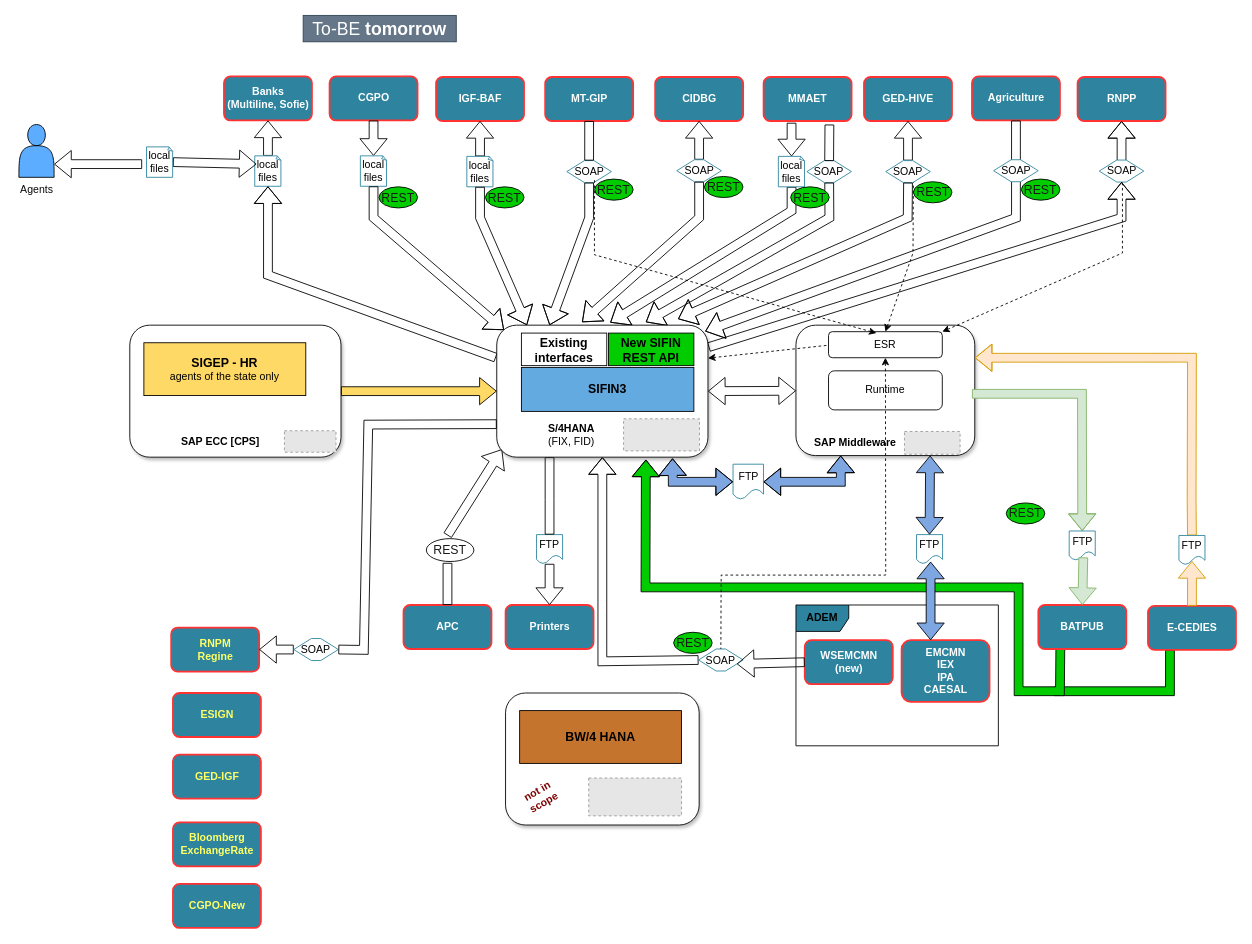
Above: page "ToBE-Detailed" (5 of 7) of my_diagram.drawio in efelman/my_diagrams (draw.io), before the change. Source tidied: cells renumbered, new cells numbered last; positions are measured from the earlier drawing's top-left corner, leaving out a move shared by most shapes. Both pictures are drawn from the tidied source at 88%, with x=0, y=0 at pixel (15, 15). Pictures stored in the file or linked from it are replaced by grey dashed boxes.
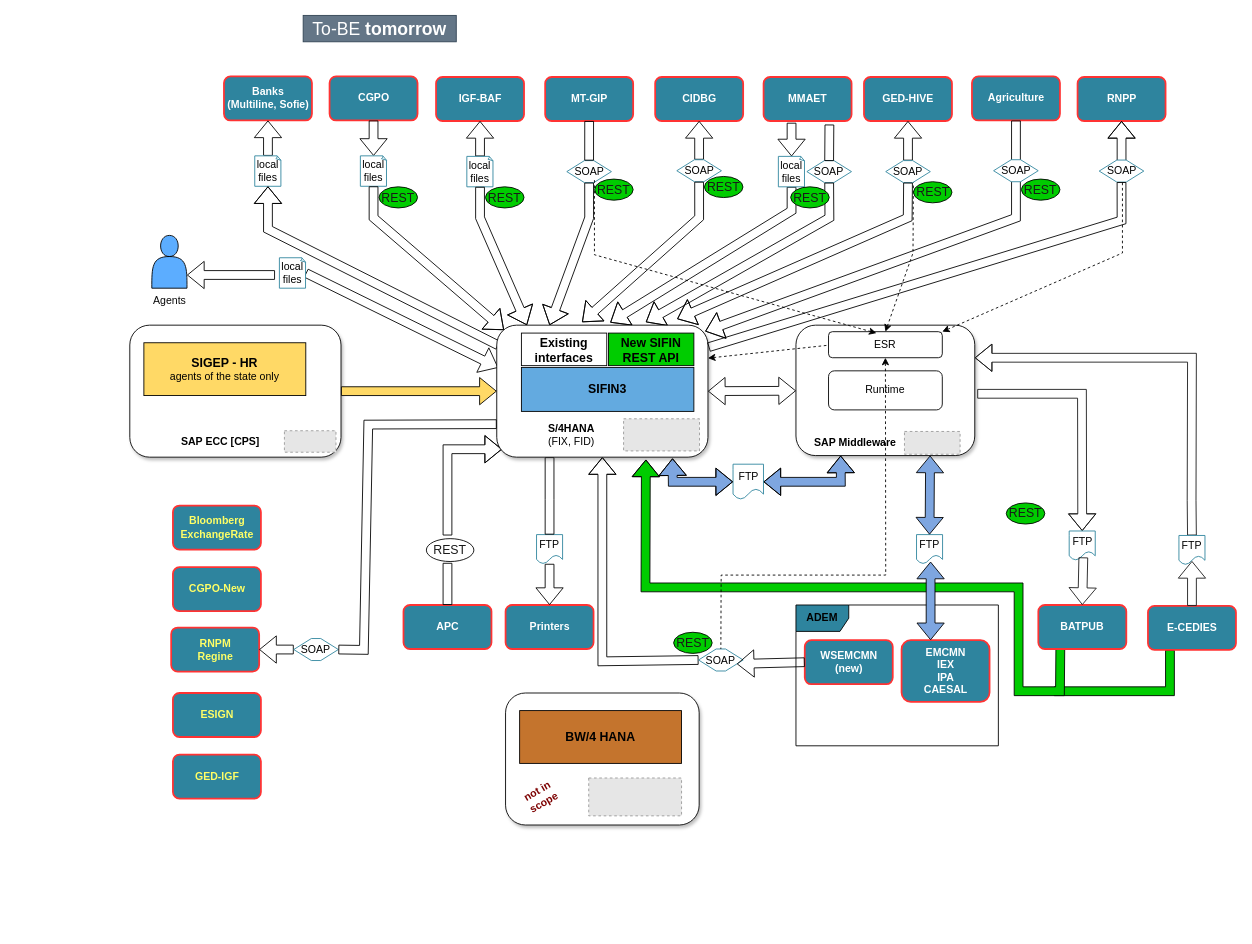
After the change.

The change refers to these unchanged cells:
```xml
<mxCell id="7" style="rounded=1;whiteSpace=wrap;html=1;shadow=1;" parent="6" vertex="1">
  <mxGeometry width="203.2" height="148.2" as="geometry" />
</mxCell>
<mxCell id="35" value="local files" style="whiteSpace=wrap;html=1;shape=mxgraph.basic.document;strokeColor=#2E849E;" parent="1" vertex="1">
  <mxGeometry x="272" y="159.6" width="30" height="34.6" as="geometry" />
</mxCell>
<mxCell id="39" value="SOAP" style="shape=hexagon;perimeter=hexagonPerimeter2;whiteSpace=wrap;html=1;fixedSize=1;strokeColor=#2E849E;" parent="1" vertex="1">
  <mxGeometry x="989" y="165" width="50.7" height="25" as="geometry" />
</mxCell>
<mxCell id="54" value="SOAP" style="shape=hexagon;perimeter=hexagonPerimeter2;whiteSpace=wrap;html=1;fixedSize=1;strokeColor=#2E849E;" parent="1" vertex="1">
  <mxGeometry x="1231.6" y="164.4" width="50.7" height="25" as="geometry" />
</mxCell>
<mxCell id="60" value="&lt;font color=&quot;#ffffff&quot;&gt;E-CEDIES&lt;/font&gt;" style="dashed=0;html=1;rounded=1;fillColor=#2E849E;strokeColor=#FF3333;fontSize=12;align=center;fontStyle=1;strokeWidth=2;fontColor=#42526E;" parent="1" vertex="1">
  <mxGeometry x="1287" y="671" width="100" height="50" as="geometry" />
</mxCell>
<mxCell id="62" value="FTP" style="shape=document;whiteSpace=wrap;html=1;boundedLbl=1;fillColor=#FFFFFF;strokeColor=#2E849E;" parent="1" vertex="1">
  <mxGeometry x="1322.2" y="591" width="29.6" height="33.2" as="geometry" />
</mxCell>
<mxCell id="70" value="&lt;font color=&quot;#ffffff&quot;&gt;BATPUB&lt;/font&gt;" style="dashed=0;html=1;rounded=1;fillColor=#2E849E;strokeColor=#FF3333;fontSize=12;align=center;fontStyle=1;strokeWidth=2;fontColor=#42526E;gradientColor=none;" parent="1" vertex="1">
  <mxGeometry x="1162.4" y="670" width="100" height="50" as="geometry" />
</mxCell>
<mxCell id="72" value="FTP" style="shape=document;whiteSpace=wrap;html=1;boundedLbl=1;fillColor=#FFFFFF;strokeColor=#2E849E;" parent="1" vertex="1">
  <mxGeometry x="1197.5" y="585.9" width="29.6" height="33.2" as="geometry" />
</mxCell>
<mxCell id="92" style="rounded=1;whiteSpace=wrap;html=1;shadow=1;glass=0;sketch=0;" parent="91" vertex="1">
  <mxGeometry width="240" height="150" as="geometry" />
</mxCell>
```

What changed in the source:
```diff
@@
     <mxCell id="14" style="shape=actor;whiteSpace=wrap;html=1;fillColor=#5CADFF;" parent="1" vertex="1">
-      <mxGeometry x="4" y="124" width="40" height="60" as="geometry" />
+      <mxGeometry x="155" y="250" width="40" height="60" as="geometry" />
     </mxCell>
@@
-    <mxCell id="36" style="shape=flexArrow;endArrow=none;startArrow=classic;html=1;rounded=0;fontColor=#FFFFFF;exitX=0.5;exitY=1;exitDx=0;exitDy=0;exitPerimeter=0;" parent="1" edge="1" source="35">
+    <mxCell id="36" style="shape=flexArrow;endArrow=none;startArrow=classic;html=1;rounded=0;fontColor=#FFFFFF;exitX=0.5;exitY=1;exitDx=0;exitDy=0;exitPerimeter=0;entryX=0.007;entryY=0.153;entryDx=0;entryDy=0;entryPerimeter=0;" parent="1" edge="1" source="35" target="92">
       <mxGeometry relative="1" as="geometry">
-        <mxPoint x="546" y="389" as="targetPoint" />
         <Array as="points">
-          <mxPoint x="287" y="295" />
+          <mxPoint x="287" y="243" />
         </Array>
       </mxGeometry>
     </mxCell>
@@
     <mxCell id="40" style="shape=flexArrow;endArrow=none;startArrow=classic;html=1;rounded=0;fontColor=#FFFFFF;entryX=0.5;entryY=1;entryDx=0;entryDy=0;" parent="1" edge="1" target="39">
       <mxGeometry relative="1" as="geometry">
-        <mxPoint x="753" y="345" as="sourcePoint" />
+        <mxPoint x="752" y="345" as="sourcePoint" />
         <Array as="points">
           <mxPoint x="1014" y="230" />
         </Array>
       </mxGeometry>
     </mxCell>
@@
-    <mxCell id="46" style="shape=flexArrow;endArrow=classic;startArrow=none;html=1;rounded=0;fontColor=#FFFFFF;entryX=0;entryY=0.5;entryDx=0;entryDy=0;exitX=1;exitY=0.5;exitDx=0;exitDy=0;exitPerimeter=0;" parent="1" edge="1" source="47">
-      <mxGeometry relative="1" as="geometry">
-        <mxPoint x="274" y="169" as="targetPoint" />
-      </mxGeometry>
+    <mxCell id="46" style="shape=flexArrow;endArrow=classic;startArrow=none;html=1;rounded=0;fontColor=#FFFFFF;exitX=1;exitY=0.5;exitDx=0;exitDy=0;exitPerimeter=0;entryX=0.007;entryY=0.322;entryDx=0;entryDy=0;entryPerimeter=0;" parent="1" edge="1" source="47" target="92">
+      <mxGeometry relative="1" as="geometry" />
     </mxCell>
     <mxCell id="47" value="local files" style="whiteSpace=wrap;html=1;shape=mxgraph.basic.document;strokeColor=#2E849E;" parent="1" vertex="1">
-      <mxGeometry x="149" y="149.4" width="30" height="34.6" as="geometry" />
+      <mxGeometry x="300" y="275.4" width="30" height="34.6" as="geometry" />
     </mxCell>
     <mxCell id="48" style="shape=flexArrow;endArrow=none;startArrow=classic;html=1;rounded=0;fontColor=#FFFFFF;exitX=1;exitY=0.75;exitDx=0;exitDy=0;" parent="1" edge="1" source="14">
       <mxGeometry relative="1" as="geometry">
-        <mxPoint x="144" y="169" as="targetPoint" />
+        <mxPoint x="295" y="295" as="targetPoint" />
       </mxGeometry>
     </mxCell>
@@
-    <mxCell id="55" style="shape=flexArrow;endArrow=none;startArrow=classic;html=1;rounded=0;fontColor=#FFFFFF;exitX=0.5;exitY=1;exitDx=0;exitDy=0;entryX=1.003;entryY=0.167;entryDx=0;entryDy=0;entryPerimeter=0;" parent="1" edge="1" source="54">
-      <mxGeometry relative="1" as="geometry">
-        <mxPoint x="787.7" y="377" as="targetPoint" />
-        <Array as="points">
-          <mxPoint x="1257" y="230" />
-        </Array>
-      </mxGeometry>
-    </mxCell>
@@
-    <mxCell id="61" style="shape=flexArrow;endArrow=classic;html=1;rounded=0;fontColor=#FFFFFF;entryX=1;entryY=0.25;entryDx=0;entryDy=0;exitX=0.5;exitY=0;exitDx=0;exitDy=0;startArrow=none;fillColor=#ffe6cc;strokeColor=#d79b00;" parent="1" edge="1" source="62" target="7">
+    <mxCell id="61" style="shape=flexArrow;endArrow=classic;html=1;rounded=0;fontColor=#FFFFFF;entryX=1;entryY=0.25;entryDx=0;entryDy=0;exitX=0.5;exitY=0;exitDx=0;exitDy=0;startArrow=none;fillColor=none;strokeColor=#191919;" parent="1" edge="1" source="62" target="7">
       <mxGeometry relative="1" as="geometry">
         <Array as="points">
           <mxPoint x="1336.6" y="551" />
           <mxPoint x="1337" y="389" />
         </Array>
       </mxGeometry>
     </mxCell>
@@
-    <mxCell id="71" style="shape=flexArrow;endArrow=classic;html=1;rounded=0;startArrow=none;entryX=0.5;entryY=0;entryDx=0;entryDy=0;fillColor=#d5e8d4;strokeColor=#82b366;" parent="1" edge="1" target="72">
+    <mxCell id="71" style="shape=flexArrow;endArrow=classic;html=1;rounded=0;startArrow=none;entryX=0.5;entryY=0;entryDx=0;entryDy=0;fillColor=none;strokeColor=#191919;" parent="1" edge="1" target="72">
       <mxGeometry relative="1" as="geometry">
-        <mxPoint x="1087" y="430" as="sourcePoint" />
+        <mxPoint x="1093" y="430" as="sourcePoint" />
         <Array as="points">
           <mxPoint x="1212" y="430" />
         </Array>
       </mxGeometry>
     </mxCell>
@@
-    <mxCell id="73" style="shape=flexArrow;endArrow=classic;html=1;rounded=0;entryX=0.5;entryY=0;entryDx=0;entryDy=0;exitX=0.542;exitY=0.903;exitDx=0;exitDy=0;exitPerimeter=0;fillColor=#d5e8d4;strokeColor=#82b366;" parent="1" edge="1" source="72" target="70">
+    <mxCell id="73" style="shape=flexArrow;endArrow=classic;html=1;rounded=0;entryX=0.5;entryY=0;entryDx=0;entryDy=0;exitX=0.542;exitY=0.903;exitDx=0;exitDy=0;exitPerimeter=0;fillColor=none;strokeColor=#191919;" parent="1" edge="1" source="72" target="70">
       <mxGeometry relative="1" as="geometry" />
     </mxCell>
-    <mxCell id="74" style="shape=flexArrow;endArrow=classic;html=1;rounded=0;exitX=0.5;exitY=0;exitDx=0;exitDy=0;fillColor=#ffe6cc;strokeColor=#d79b00;" parent="1" edge="1" source="60">
+    <mxCell id="74" style="shape=flexArrow;endArrow=classic;html=1;rounded=0;exitX=0.5;exitY=0;exitDx=0;exitDy=0;fillColor=none;strokeColor=#191919;" parent="1" edge="1" source="60">
       <mxGeometry relative="1" as="geometry">
         <mxPoint x="1337" y="620" as="targetPoint" />
       </mxGeometry>
     </mxCell>
     <mxCell id="75" value="Agents" style="text;html=1;align=center;verticalAlign=middle;strokeColor=none;fillColor=none;fontColor=#0A0A0A;" parent="1" vertex="1">
-      <mxGeometry y="189" width="48" height="18" as="geometry" />
+      <mxGeometry x="151" y="315" width="48" height="18" as="geometry" />
     </mxCell>
@@
     <mxCell id="85" style="shape=flexArrow;endArrow=classic;html=1;rounded=0;fontColor=#FFFFFF;exitX=0.5;exitY=0;exitDx=0;exitDy=0;startArrow=none;" parent="1" edge="1">
       <mxGeometry relative="1" as="geometry">
         <mxPoint x="491" y="591" as="sourcePoint" />
         <mxPoint x="553" y="493" as="targetPoint" />
+        <Array as="points">
+          <mxPoint x="491" y="493" />
+        </Array>
       </mxGeometry>
     </mxCell>
@@
     <mxCell id="110" value="&lt;font color=&quot;#ffff66&quot;&gt;Bloomberg&lt;br&gt;ExchangeRate&lt;br&gt;&lt;/font&gt;" style="dashed=0;html=1;rounded=1;fillColor=#2E849E;strokeColor=#FF3333;fontSize=12;align=center;fontStyle=1;strokeWidth=2;fontColor=#F01136;" parent="1" vertex="1">
-      <mxGeometry x="179" y="917" width="100" height="50" as="geometry" />
+      <mxGeometry x="179" y="557" width="100" height="50" as="geometry" />
     </mxCell>
     <mxCell id="111" value="&lt;font color=&quot;#ffff66&quot;&gt;CGPO-New&lt;/font&gt;" style="dashed=0;html=1;rounded=1;fillColor=#2E849E;strokeColor=#FF3333;fontSize=12;align=center;fontStyle=1;strokeWidth=2;fontColor=#F01136;" parent="1" vertex="1">
-      <mxGeometry x="179" y="987" width="100" height="50" as="geometry" />
+      <mxGeometry x="179" y="627" width="100" height="50" as="geometry" />
     </mxCell>
@@
+    <mxCell id="124" style="shape=flexArrow;endArrow=none;html=1;rounded=0;fontColor=#FFFFFF;entryX=1.003;entryY=0.167;entryDx=0;entryDy=0;entryPerimeter=0;exitX=0.5;exitY=1;exitDx=0;exitDy=0;" parent="1" edge="1" source="54" target="92">
+      <mxGeometry relative="1" as="geometry">
+        <Array as="points">
+          <mxPoint x="1257" y="233" />
+        </Array>
+      </mxGeometry>
+    </mxCell>
```
